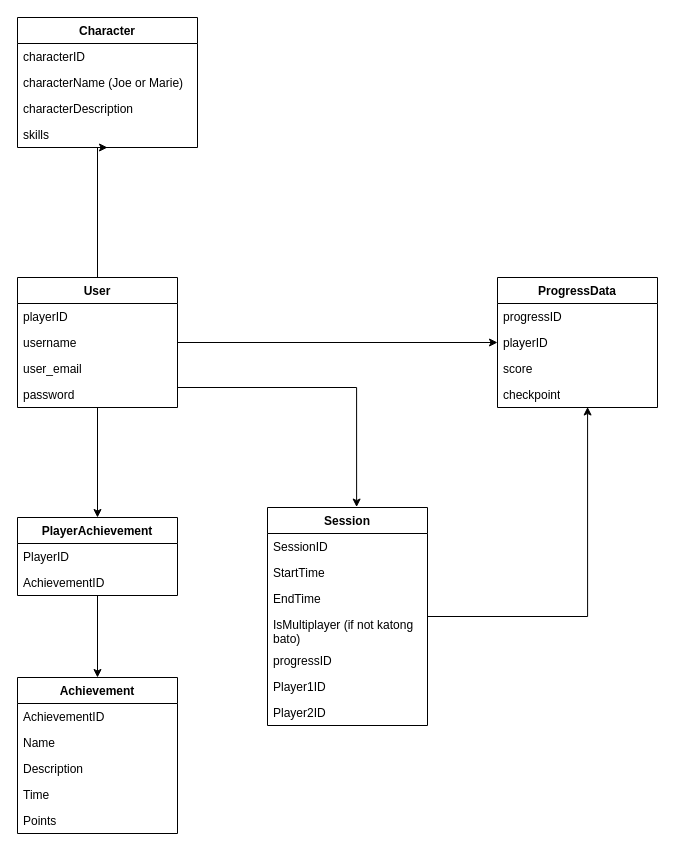
The draw.io diagram Database design and connections.drawio in Smoll05/hardstack-capstone, before the edit. Source tidied: cells renumbered, new cells numbered last; positions are measured from the earlier drawing's top-left corner, leaving out a move shared by most shapes. Both pictures are drawn from the tidied source at 100%, with x=0, y=0 at pixel (17, 17).
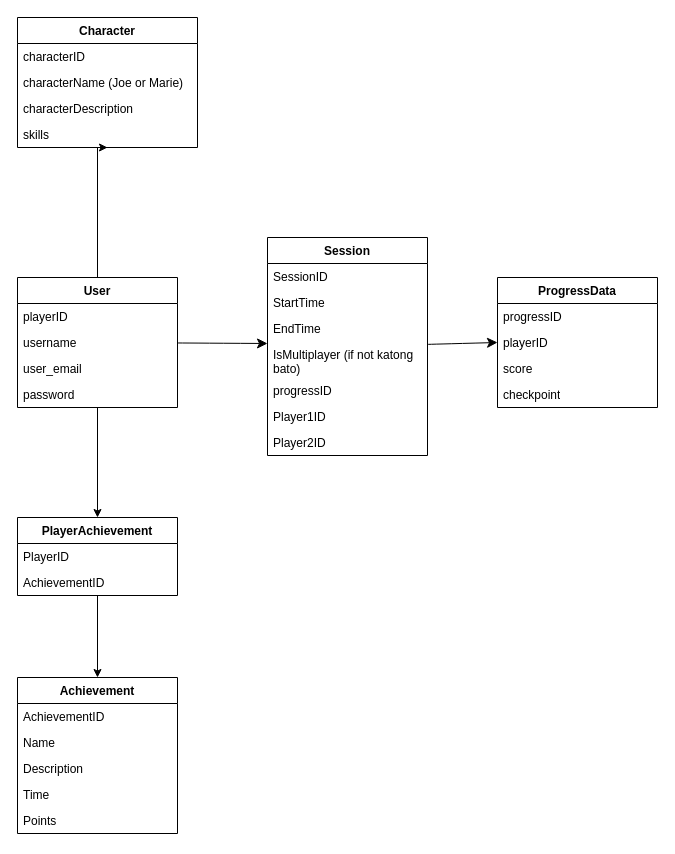
After the change.

The change refers to these unchanged cells:
```xml
<mxCell id="5" value="User" style="swimlane;fontStyle=1;align=center;verticalAlign=top;horizontal=1;startSize=26;whiteSpace=wrap;html=1;" parent="1" vertex="1">
  <mxGeometry y="260" width="160" height="130" as="geometry" />
</mxCell>
<mxCell id="25" value="playerID" style="text;strokeColor=none;fillColor=none;align=left;verticalAlign=top;spacingLeft=4;spacingRight=4;overflow=hidden;points=[[0,0.5],[1,0.5]];portConstraint=eastwest;whiteSpace=wrap;html=1;" parent="23" vertex="1">
  <mxGeometry y="52" width="160" height="26" as="geometry" />
</mxCell>
<mxCell id="27" value="checkpoint" style="text;strokeColor=none;fillColor=none;align=left;verticalAlign=top;spacingLeft=4;spacingRight=4;overflow=hidden;points=[[0,0.5],[1,0.5]];portConstraint=eastwest;whiteSpace=wrap;html=1;" parent="23" vertex="1">
  <mxGeometry y="104" width="160" height="26" as="geometry" />
</mxCell>
```

Diff of the diagram source:
```diff
@@
-    <mxCell id="2" style="edgeStyle=orthogonalEdgeStyle;rounded=0;jettySize=auto;html=1;entryX=0;entryY=0.5;entryDx=0;entryDy=0;" parent="1" edge="1" source="5" target="25">
-      <mxGeometry relative="1" as="geometry" />
-    </mxCell>
@@
+    <mxCell id="40" style="edgeStyle=none;curved=1;rounded=0;jettySize=auto;html=1;entryX=0;entryY=0.5;entryDx=0;entryDy=0;fontSize=12;startSize=8;endSize=8;" parent="1" edge="1" source="15" target="25">
+      <mxGeometry relative="1" as="geometry" />
+    </mxCell>
     <mxCell id="15" value="Session" style="swimlane;fontStyle=1;align=center;verticalAlign=top;horizontal=1;startSize=26;whiteSpace=wrap;html=1;" parent="1" vertex="1">
-      <mxGeometry x="250" y="490" width="160" height="218" as="geometry" />
+      <mxGeometry x="250" y="220" width="160" height="218" as="geometry" />
     </mxCell>
@@
-    <mxCell id="38" style="edgeStyle=orthogonalEdgeStyle;rounded=0;jettySize=auto;html=1;entryX=0.557;entryY=-0.002;entryDx=0;entryDy=0;entryPerimeter=0;" parent="1" edge="1" source="5" target="15">
-      <mxGeometry relative="1" as="geometry">
-        <Array as="points">
-          <mxPoint x="339" y="370" />
-        </Array>
-      </mxGeometry>
-    </mxCell>
-    <mxCell id="39" style="edgeStyle=orthogonalEdgeStyle;rounded=0;jettySize=auto;html=1;entryX=0.563;entryY=0.981;entryDx=0;entryDy=0;entryPerimeter=0;" parent="1" edge="1" source="15" target="27">
-      <mxGeometry relative="1" as="geometry">
-        <Array as="points">
-          <mxPoint x="570" y="599" />
-        </Array>
-      </mxGeometry>
-    </mxCell>
+    <mxCell id="41" style="edgeStyle=none;curved=1;rounded=0;jettySize=auto;html=1;fontSize=12;startSize=8;endSize=8;" parent="1" edge="1" source="5">
+      <mxGeometry relative="1" as="geometry">
+        <mxPoint x="250" y="326" as="targetPoint" />
+      </mxGeometry>
+    </mxCell>
```
